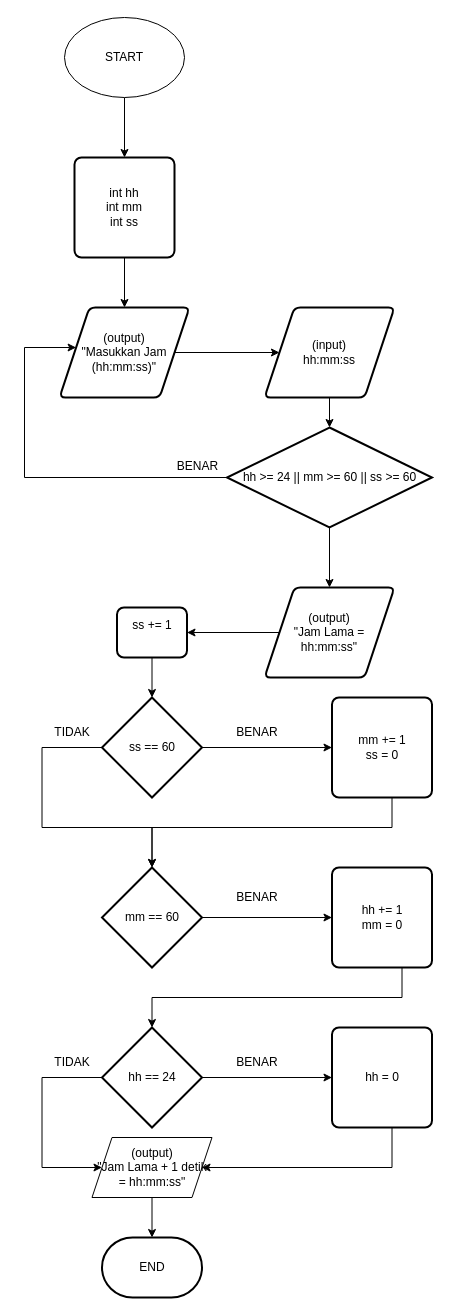
This is LC Request/Request Pertama/Soal A/Nomor1.drawio from ammarsufyan/HIMTI-LC-D, a draw.io file, before an edit. Source tidied: cells renumbered, new cells numbered last; positions are measured from the earlier drawing's top-left corner, leaving out a move shared by most shapes. Both pictures are drawn from the tidied source at 100%, with x=0, y=0 at pixel (24, 17).
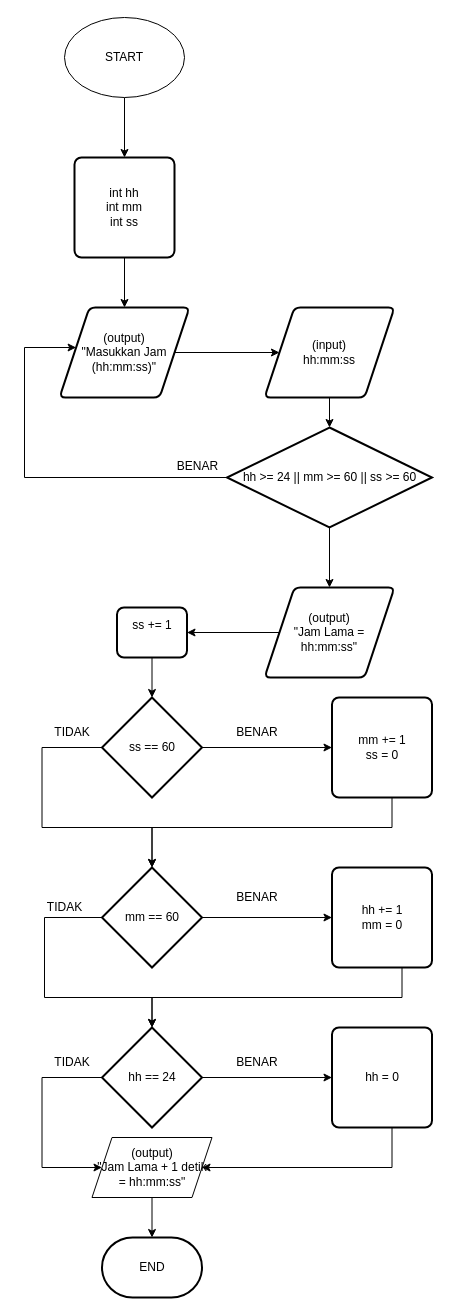
The same page after the edit.

The change refers to these unchanged cells:
```xml
<mxCell id="20" value="mm == 60" style="strokeWidth=2;html=1;shape=mxgraph.flowchart.decision;whiteSpace=wrap;" parent="1" vertex="1">
  <mxGeometry x="77.5" y="850" width="100" height="100" as="geometry" />
</mxCell>
<mxCell id="25" value="hh == 24" style="strokeWidth=2;html=1;shape=mxgraph.flowchart.decision;whiteSpace=wrap;" parent="1" vertex="1">
  <mxGeometry x="77.5" y="1010" width="100" height="100" as="geometry" />
</mxCell>
```

What changed in the source:
```diff
@@
+    <mxCell id="40" style="edgeStyle=orthogonalEdgeStyle;rounded=0;jettySize=auto;html=1;entryX=0.5;entryY=0;entryDx=0;entryDy=0;entryPerimeter=0;" parent="1" edge="1" source="20" target="25">
+      <mxGeometry relative="1" as="geometry">
+        <Array as="points">
+          <mxPoint x="20" y="900" />
+          <mxPoint x="20" y="980" />
+          <mxPoint x="128" y="980" />
+        </Array>
+      </mxGeometry>
+    </mxCell>
@@
+    <mxCell id="41" value="TIDAK" style="text;html=1;align=center;verticalAlign=middle;strokeColor=none;fillColor=none;" parent="1" vertex="1">
+      <mxGeometry x="15" y="880" width="50" height="20" as="geometry" />
+    </mxCell>
```
